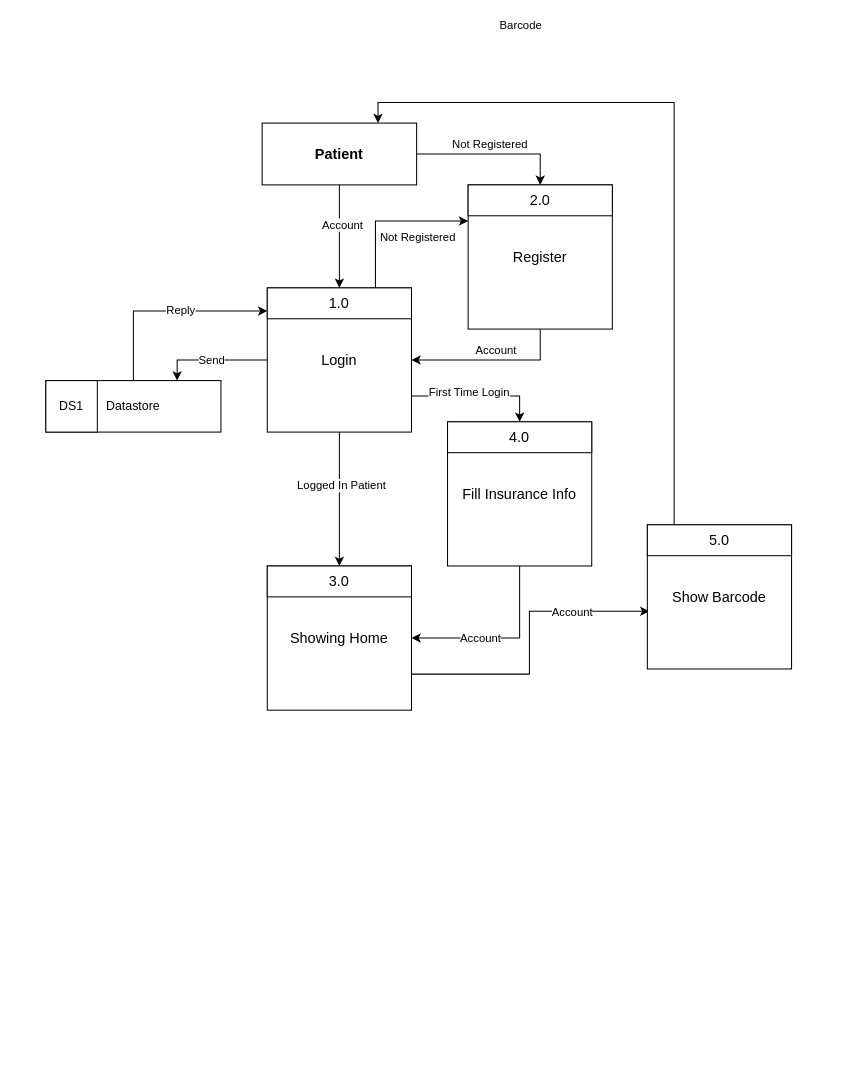
The draw.io diagram DFD User.drawio in abdelrahmanbonna/Healthy_Shield_Analysis, before the edit. Source tidied: cells renumbered, new cells numbered last; positions are measured from the earlier drawing's top-left corner, leaving out a move shared by most shapes. Both pictures are drawn from the tidied source at 103%, with x=0, y=0 at pixel (45, 102).
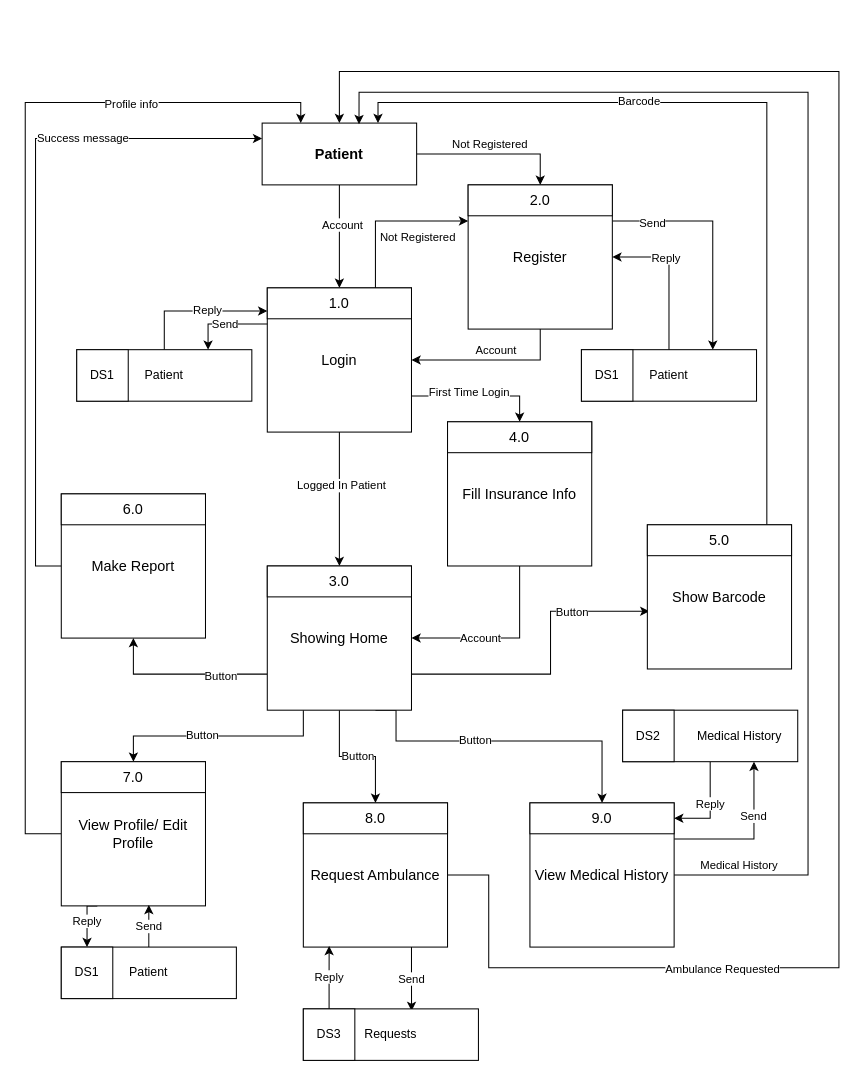
After the change.

Unchanged cells that the change refers to:
```xml
<mxCell id="6" value="Patient" style="rounded=0;whiteSpace=wrap;html=1;fontStyle=1;fontSize=14;" parent="1" vertex="1">
  <mxGeometry x="210" y="20" width="150" height="60" as="geometry" />
</mxCell>
<mxCell id="11" value="Login" style="whiteSpace=wrap;html=1;fontSize=14;" parent="1" vertex="1">
  <mxGeometry x="215" y="180" width="140" height="140" as="geometry" />
</mxCell>
<mxCell id="17" value="Showing Home" style="whiteSpace=wrap;html=1;fontSize=14;" parent="1" vertex="1">
  <mxGeometry x="215" y="450" width="140" height="140" as="geometry" />
</mxCell>
<mxCell id="21" value="Register" style="whiteSpace=wrap;html=1;fontSize=14;" parent="1" vertex="1">
  <mxGeometry x="410" y="80" width="140" height="140" as="geometry" />
</mxCell>
<mxCell id="27" value="Show Barcode" style="whiteSpace=wrap;html=1;fontSize=14;" parent="1" vertex="1">
  <mxGeometry x="584" y="410" width="140" height="140" as="geometry" />
</mxCell>
<mxCell id="30" value="5.0" style="rounded=0;whiteSpace=wrap;html=1;fontSize=14;" parent="1" vertex="1">
  <mxGeometry x="584" y="410" width="140" height="30" as="geometry" />
</mxCell>
```

Change to the diagram source:
```diff
@@
     <mxCell id="15" style="edgeStyle=orthogonalEdgeStyle;rounded=0;jettySize=auto;html=1;exitX=1;exitY=0.75;exitDx=0;exitDy=0;entryX=0.014;entryY=0.6;entryDx=0;entryDy=0;entryPerimeter=0;" parent="1" edge="1" source="17" target="27">
-      <mxGeometry relative="1" as="geometry" />
+      <mxGeometry relative="1" as="geometry">
+        <Array as="points">
+          <mxPoint x="490" y="555" />
+          <mxPoint x="490" y="494" />
+        </Array>
+      </mxGeometry>
     </mxCell>
-    <mxCell id="16" value="Account" style="edgeLabel;html=1;align=center;verticalAlign=middle;" parent="15" vertex="1">
+    <mxCell id="16" value="Button" style="edgeLabel;html=1;align=center;verticalAlign=middle;" parent="15" vertex="1">
       <mxGeometry x="0.48" relative="1" as="geometry" />
     </mxCell>
+    <mxCell id="37" style="edgeStyle=orthogonalEdgeStyle;rounded=0;jettySize=auto;html=1;exitX=0;exitY=0.75;exitDx=0;exitDy=0;entryX=0.5;entryY=1;entryDx=0;entryDy=0;" parent="1" edge="1" source="17" target="48">
+      <mxGeometry relative="1" as="geometry" />
+    </mxCell>
+    <mxCell id="38" value="Button" style="edgeLabel;html=1;align=center;verticalAlign=middle;" parent="37" vertex="1">
+      <mxGeometry x="-0.44" y="1" relative="1" as="geometry" />
+    </mxCell>
+    <mxCell id="39" style="edgeStyle=orthogonalEdgeStyle;rounded=0;jettySize=auto;html=1;exitX=0.25;exitY=1;exitDx=0;exitDy=0;entryX=0.5;entryY=0;entryDx=0;entryDy=0;" parent="1" edge="1" source="17" target="58">
+      <mxGeometry relative="1" as="geometry" />
+    </mxCell>
+    <mxCell id="40" value="Button" style="edgeLabel;html=1;align=center;verticalAlign=middle;" parent="39" vertex="1">
+      <mxGeometry x="0.15" y="-2" relative="1" as="geometry" />
+    </mxCell>
+    <mxCell id="41" value="Button" style="edgeStyle=orthogonalEdgeStyle;rounded=0;jettySize=auto;html=1;exitX=0.5;exitY=1;exitDx=0;exitDy=0;" parent="1" edge="1" source="17" target="63">
+      <mxGeometry relative="1" as="geometry" />
+    </mxCell>
+    <mxCell id="42" style="edgeStyle=orthogonalEdgeStyle;rounded=0;jettySize=auto;html=1;exitX=0.75;exitY=1;exitDx=0;exitDy=0;entryX=0.5;entryY=0;entryDx=0;entryDy=0;" parent="1" edge="1" source="17" target="69">
+      <mxGeometry relative="1" as="geometry">
+        <Array as="points">
+          <mxPoint x="340" y="590" />
+          <mxPoint x="340" y="620" />
+          <mxPoint x="540" y="620" />
+        </Array>
+      </mxGeometry>
+    </mxCell>
+    <mxCell id="43" value="Button" style="edgeLabel;html=1;align=center;verticalAlign=middle;" parent="42" vertex="1">
+      <mxGeometry x="-0.19" y="2" relative="1" as="geometry" />
+    </mxCell>
@@
+    <mxCell id="44" style="edgeStyle=orthogonalEdgeStyle;rounded=0;jettySize=auto;html=1;exitX=1;exitY=0.25;exitDx=0;exitDy=0;entryX=0.75;entryY=0;entryDx=0;entryDy=0;" parent="1" edge="1" source="21" target="52">
+      <mxGeometry relative="1" as="geometry" />
+    </mxCell>
+    <mxCell id="45" value="Send" style="edgeLabel;html=1;align=center;verticalAlign=middle;" parent="44" vertex="1">
+      <mxGeometry x="-0.66" y="-1" relative="1" as="geometry" />
+    </mxCell>
@@
     <mxCell id="28" style="edgeStyle=orthogonalEdgeStyle;rounded=0;jettySize=auto;html=1;entryX=0.75;entryY=0;entryDx=0;entryDy=0;" parent="1" edge="1" source="30" target="6">
       <mxGeometry relative="1" as="geometry">
         <Array as="points">
-          <mxPoint x="610" />
+          <mxPoint x="700" />
           <mxPoint x="323" />
         </Array>
       </mxGeometry>
     </mxCell>
@@
-    <mxCell id="33" style="edgeStyle=orthogonalEdgeStyle;rounded=0;jettySize=auto;html=1;exitX=0;exitY=0.5;exitDx=0;exitDy=0;entryX=0.75;entryY=0;entryDx=0;entryDy=0;" parent="1" edge="1" source="11" target="35">
+    <mxCell id="33" style="edgeStyle=orthogonalEdgeStyle;rounded=0;jettySize=auto;html=1;exitX=0;exitY=0.25;exitDx=0;exitDy=0;entryX=0.75;entryY=0;entryDx=0;entryDy=0;" parent="1" edge="1" source="11" target="35">
       <mxGeometry relative="1" as="geometry" />
     </mxCell>
@@
-    <mxCell id="35" value="Datastore" style="rounded=0;whiteSpace=wrap;html=1;" parent="1" vertex="1">
-      <mxGeometry y="270" width="170" height="50" as="geometry" />
+    <mxCell id="35" value="Patient" style="rounded=0;whiteSpace=wrap;html=1;" parent="1" vertex="1">
+      <mxGeometry x="30" y="240" width="170" height="50" as="geometry" />
     </mxCell>
     <mxCell id="36" value="DS1" style="whiteSpace=wrap;html=1;" parent="1" vertex="1">
-      <mxGeometry y="270" width="50" height="50" as="geometry" />
+      <mxGeometry x="30" y="240" width="50" height="50" as="geometry" />
     </mxCell>
+    <mxCell id="46" style="edgeStyle=orthogonalEdgeStyle;rounded=0;jettySize=auto;html=1;exitX=0;exitY=0.5;exitDx=0;exitDy=0;entryX=0;entryY=0.25;entryDx=0;entryDy=0;" parent="1" edge="1" source="48" target="6">
+      <mxGeometry relative="1" as="geometry">
+        <Array as="points">
+          <mxPoint x="-10" y="450" />
+          <mxPoint x="-10" y="35" />
+        </Array>
+      </mxGeometry>
+    </mxCell>
+    <mxCell id="47" value="Success message" style="edgeLabel;html=1;align=center;verticalAlign=middle;" parent="46" vertex="1">
+      <mxGeometry x="0.47" y="1" relative="1" as="geometry" />
+    </mxCell>
+    <mxCell id="48" value="Make Report" style="whiteSpace=wrap;html=1;fontSize=14;" parent="1" vertex="1">
+      <mxGeometry x="15" y="380" width="140" height="140" as="geometry" />
+    </mxCell>
+    <mxCell id="49" value="6.0" style="rounded=0;whiteSpace=wrap;html=1;fontSize=14;" parent="1" vertex="1">
+      <mxGeometry x="15" y="380" width="140" height="30" as="geometry" />
+    </mxCell>
+    <mxCell id="50" style="edgeStyle=orthogonalEdgeStyle;rounded=0;jettySize=auto;html=1;exitX=0.5;exitY=0;exitDx=0;exitDy=0;entryX=1;entryY=0.5;entryDx=0;entryDy=0;" parent="1" edge="1" source="52" target="21">
+      <mxGeometry relative="1" as="geometry" />
+    </mxCell>
+    <mxCell id="51" value="Reply" style="edgeLabel;html=1;align=center;verticalAlign=middle;" parent="50" vertex="1">
+      <mxGeometry x="0.24" y="4" relative="1" as="geometry">
+        <mxPoint x="-4" y="-4" as="offset" />
+      </mxGeometry>
+    </mxCell>
+    <mxCell id="52" value="Patient" style="rounded=0;whiteSpace=wrap;html=1;" parent="1" vertex="1">
+      <mxGeometry x="520" y="240" width="170" height="50" as="geometry" />
+    </mxCell>
+    <mxCell id="53" value="DS1" style="whiteSpace=wrap;html=1;" parent="1" vertex="1">
+      <mxGeometry x="520" y="240" width="50" height="50" as="geometry" />
+    </mxCell>
+    <mxCell id="54" style="edgeStyle=orthogonalEdgeStyle;rounded=0;jettySize=auto;html=1;exitX=0;exitY=0.5;exitDx=0;exitDy=0;entryX=0.25;entryY=0;entryDx=0;entryDy=0;" parent="1" edge="1" source="57" target="6">
+      <mxGeometry relative="1" as="geometry">
+        <Array as="points">
+          <mxPoint x="-20" y="710" />
+          <mxPoint x="-20" />
+          <mxPoint x="248" />
+        </Array>
+      </mxGeometry>
+    </mxCell>
+    <mxCell id="55" value="Profile info" style="edgeLabel;html=1;align=center;verticalAlign=middle;" parent="54" vertex="1">
+      <mxGeometry x="0.64" y="-1" relative="1" as="geometry" />
+    </mxCell>
+    <mxCell id="56" value="Reply" style="edgeStyle=orthogonalEdgeStyle;rounded=0;jettySize=auto;html=1;exitX=0.25;exitY=1;exitDx=0;exitDy=0;entryX=0.5;entryY=0;entryDx=0;entryDy=0;" parent="1" edge="1" source="57" target="75">
+      <mxGeometry relative="1" as="geometry">
+        <Array as="points">
+          <mxPoint x="40" y="780" />
+        </Array>
+      </mxGeometry>
+    </mxCell>
+    <mxCell id="57" value="View Profile/ Edit Profile" style="whiteSpace=wrap;html=1;fontSize=14;" parent="1" vertex="1">
+      <mxGeometry x="15" y="640" width="140" height="140" as="geometry" />
+    </mxCell>
+    <mxCell id="58" value="7.0" style="rounded=0;whiteSpace=wrap;html=1;fontSize=14;" parent="1" vertex="1">
+      <mxGeometry x="15" y="640" width="140" height="30" as="geometry" />
+    </mxCell>
+    <mxCell id="59" style="edgeStyle=orthogonalEdgeStyle;rounded=0;jettySize=auto;html=1;exitX=1;exitY=0.5;exitDx=0;exitDy=0;entryX=0.5;entryY=0;entryDx=0;entryDy=0;" parent="1" edge="1" source="62" target="6">
+      <mxGeometry relative="1" as="geometry">
+        <Array as="points">
+          <mxPoint x="430" y="750" />
+          <mxPoint x="430" y="840" />
+          <mxPoint x="770" y="840" />
+          <mxPoint x="770" y="-30" />
+          <mxPoint x="285" y="-30" />
+        </Array>
+      </mxGeometry>
+    </mxCell>
+    <mxCell id="60" value="Ambulance Requested" style="edgeLabel;html=1;align=center;verticalAlign=middle;" parent="59" vertex="1">
+      <mxGeometry x="-0.62" y="-1" relative="1" as="geometry" />
+    </mxCell>
+    <mxCell id="61" value="Send" style="edgeStyle=orthogonalEdgeStyle;rounded=0;jettySize=auto;html=1;exitX=0.75;exitY=1;exitDx=0;exitDy=0;entryX=0.618;entryY=0.04;entryDx=0;entryDy=0;entryPerimeter=0;" parent="1" edge="1" source="62" target="70">
+      <mxGeometry relative="1" as="geometry" />
+    </mxCell>
+    <mxCell id="62" value="Request Ambulance" style="whiteSpace=wrap;html=1;fontSize=14;" parent="1" vertex="1">
+      <mxGeometry x="250" y="680" width="140" height="140" as="geometry" />
+    </mxCell>
+    <mxCell id="63" value="8.0" style="rounded=0;whiteSpace=wrap;html=1;fontSize=14;" parent="1" vertex="1">
+      <mxGeometry x="250" y="680" width="140" height="30" as="geometry" />
+    </mxCell>
+    <mxCell id="64" style="edgeStyle=orthogonalEdgeStyle;rounded=0;jettySize=auto;html=1;exitX=1;exitY=0.5;exitDx=0;exitDy=0;entryX=0.627;entryY=0.017;entryDx=0;entryDy=0;entryPerimeter=0;" parent="1" edge="1" source="68" target="6">
+      <mxGeometry relative="1" as="geometry">
+        <Array as="points">
+          <mxPoint x="740" y="750" />
+          <mxPoint x="740" y="-10" />
+          <mxPoint x="304" y="-10" />
+        </Array>
+      </mxGeometry>
+    </mxCell>
+    <mxCell id="65" value="Medical History" style="edgeLabel;html=1;align=center;verticalAlign=middle;" parent="64" vertex="1">
+      <mxGeometry x="-0.95" y="2" relative="1" as="geometry">
+        <mxPoint x="28" y="-8" as="offset" />
+      </mxGeometry>
+    </mxCell>
+    <mxCell id="66" style="edgeStyle=orthogonalEdgeStyle;rounded=0;jettySize=auto;html=1;exitX=1;exitY=0.25;exitDx=0;exitDy=0;entryX=0.75;entryY=1;entryDx=0;entryDy=0;" parent="1" edge="1" source="68" target="78">
+      <mxGeometry relative="1" as="geometry" />
+    </mxCell>
+    <mxCell id="67" value="Send" style="edgeLabel;html=1;align=center;verticalAlign=middle;" parent="66" vertex="1">
+      <mxGeometry y="23" relative="1" as="geometry" />
+    </mxCell>
+    <mxCell id="68" value="View Medical History" style="whiteSpace=wrap;html=1;fontSize=14;" parent="1" vertex="1">
+      <mxGeometry x="470" y="680" width="140" height="140" as="geometry" />
+    </mxCell>
+    <mxCell id="69" value="9.0" style="rounded=0;whiteSpace=wrap;html=1;fontSize=14;" parent="1" vertex="1">
+      <mxGeometry x="470" y="680" width="140" height="30" as="geometry" />
+    </mxCell>
+    <mxCell id="70" value="Requests" style="rounded=0;whiteSpace=wrap;html=1;" parent="1" vertex="1">
+      <mxGeometry x="250" y="880" width="170" height="50" as="geometry" />
+    </mxCell>
+    <mxCell id="71" value="Reply" style="edgeStyle=orthogonalEdgeStyle;rounded=0;jettySize=auto;html=1;exitX=0.5;exitY=0;exitDx=0;exitDy=0;entryX=0.179;entryY=0.993;entryDx=0;entryDy=0;entryPerimeter=0;" parent="1" edge="1" source="72" target="62">
+      <mxGeometry relative="1" as="geometry" />
+    </mxCell>
+    <mxCell id="72" value="DS3" style="whiteSpace=wrap;html=1;" parent="1" vertex="1">
+      <mxGeometry x="250" y="880" width="50" height="50" as="geometry" />
+    </mxCell>
+    <mxCell id="73" value="Send" style="edgeStyle=orthogonalEdgeStyle;rounded=0;jettySize=auto;html=1;exitX=0.5;exitY=0;exitDx=0;exitDy=0;entryX=0.607;entryY=0.993;entryDx=0;entryDy=0;entryPerimeter=0;" parent="1" edge="1" source="74" target="57">
+      <mxGeometry relative="1" as="geometry" />
+    </mxCell>
+    <mxCell id="74" value="Patient" style="rounded=0;whiteSpace=wrap;html=1;" parent="1" vertex="1">
+      <mxGeometry x="15" y="820" width="170" height="50" as="geometry" />
+    </mxCell>
+    <mxCell id="75" value="DS1" style="whiteSpace=wrap;html=1;" parent="1" vertex="1">
+      <mxGeometry x="15" y="820" width="50" height="50" as="geometry" />
+    </mxCell>
+    <mxCell id="76" style="edgeStyle=orthogonalEdgeStyle;rounded=0;jettySize=auto;html=1;exitX=0.5;exitY=1;exitDx=0;exitDy=0;entryX=1;entryY=0.5;entryDx=0;entryDy=0;" parent="1" edge="1" source="78" target="69">
+      <mxGeometry relative="1" as="geometry" />
+    </mxCell>
+    <mxCell id="77" value="Reply" style="edgeLabel;html=1;align=center;verticalAlign=middle;" parent="76" vertex="1">
+      <mxGeometry x="-0.11" y="-1" relative="1" as="geometry" />
+    </mxCell>
+    <mxCell id="78" value="&lt;div&gt;&lt;span&gt;Medical History&amp;nbsp; &amp;nbsp;&amp;nbsp;&lt;/span&gt;&lt;/div&gt;" style="rounded=0;whiteSpace=wrap;html=1;align=right;" parent="1" vertex="1">
+      <mxGeometry x="560" y="590" width="170" height="50" as="geometry" />
+    </mxCell>
+    <mxCell id="79" value="DS2" style="whiteSpace=wrap;html=1;" parent="1" vertex="1">
+      <mxGeometry x="560" y="590" width="50" height="50" as="geometry" />
+    </mxCell>
```
